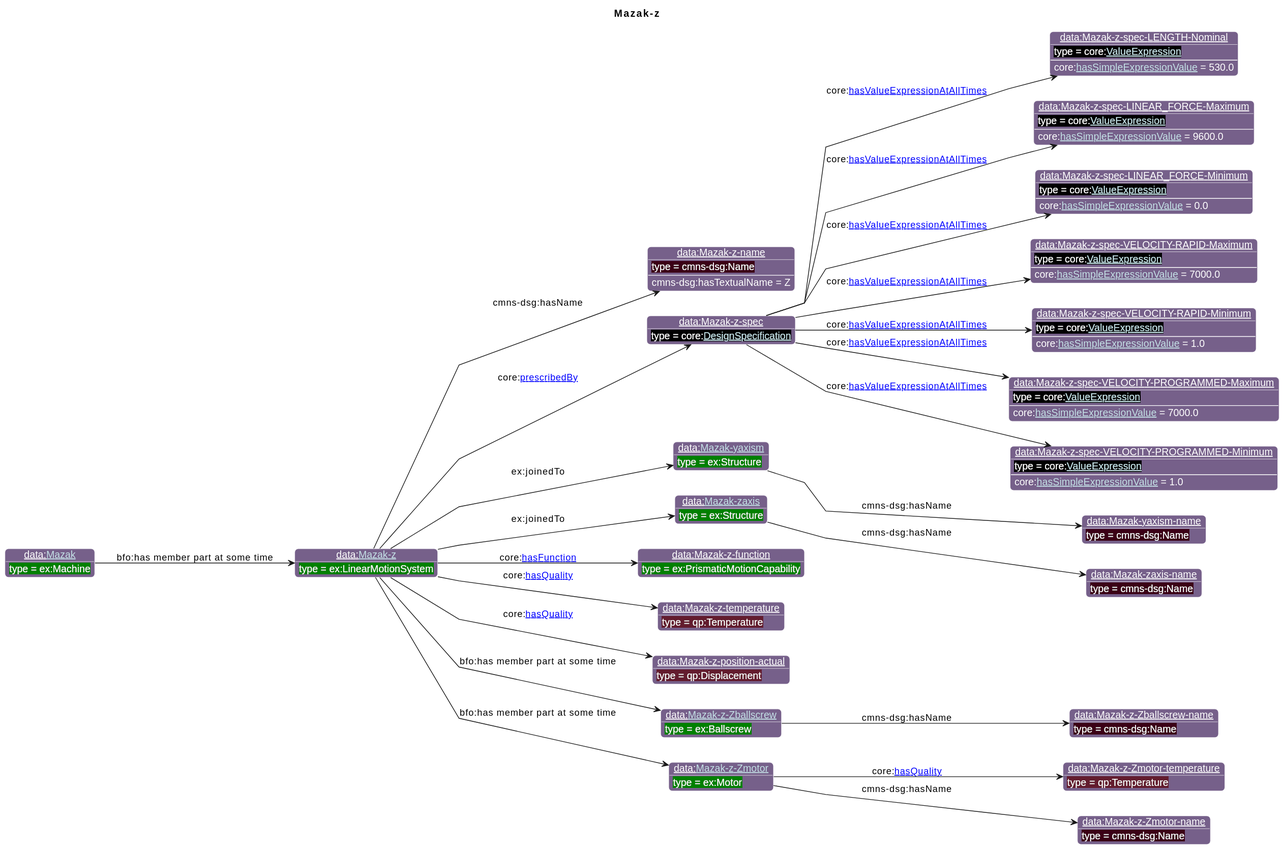
Earlier version of the PlantUML export diagrams/Mazak-z.svg (iofoundry/example-syseng-mtconnect).
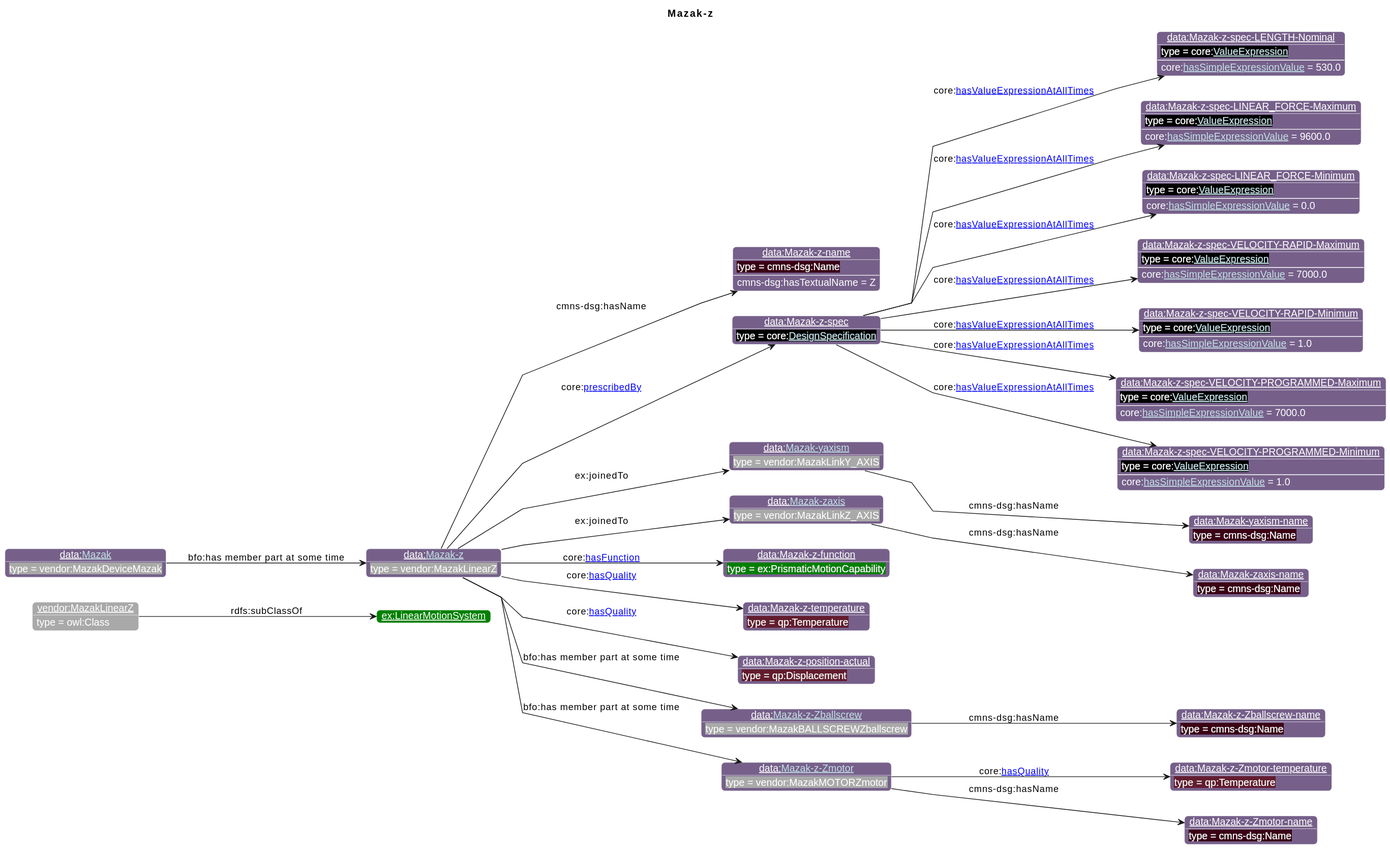
Above is the later version.

What changed in the source:
```diff
@@ -19,57 +19,60 @@
                       "ns1":"76608A",
 "ex":"Green","data":"76608A","core":"000000","units":"8A2D3B","qp":"641B2E","cmns-dsg":"3A0519"
 }
-individual(o1, data:[[./Mazak-z.html Mazak-z]], ex:LinearMotionSystem)
-individual(o2, data:Mazak-z-name, cmns-dsg:Name)
-individual(o3, data:Mazak-z-spec, core:[[https://spec.industrialontologies.org/ontology/core/Core/DesignSpecification DesignSpecification]])
-individual(o4, data:Mazak-z-spec-LENGTH-Nominal, core:[[https://spec.industrialontologies.org/ontology/core/Core/ValueExpression ValueExpression]])
-individual(o5, data:Mazak-z-spec-LINEAR_FORCE-Maximum, core:[[https://spec.industrialontologies.org/ontology/core/Core/ValueExpression ValueExpression]])
-individual(o6, data:Mazak-z-spec-LINEAR_FORCE-Minimum, core:[[https://spec.industrialontologies.org/ontology/core/Core/ValueExpression ValueExpression]])
-individual(o7, data:Mazak-z-spec-VELOCITY-RAPID-Maximum, core:[[https://spec.industrialontologies.org/ontology/core/Core/ValueExpression ValueExpression]])
-individual(o8, data:Mazak-z-spec-VELOCITY-RAPID-Minimum, core:[[https://spec.industrialontologies.org/ontology/core/Core/ValueExpression ValueExpression]])
-individual(o9, data:Mazak-z-spec-VELOCITY-PROGRAMMED-Maximum, core:[[https://spec.industrialontologies.org/ontology/core/Core/ValueExpression ValueExpression]])
-individual(o10, data:Mazak-z-spec-VELOCITY-PROGRAMMED-Minimum, core:[[https://spec.industrialontologies.org/ontology/core/Core/ValueExpression ValueExpression]])
-individual(o11, data:[[./Mazak-yaxism.html Mazak-yaxism]], ex:Structure)
-individual(o12, data:Mazak-yaxism-name, cmns-dsg:Name)
-individual(o13, data:[[./Mazak-zaxis.html Mazak-zaxis]], ex:Structure)
-individual(o14, data:Mazak-zaxis-name, cmns-dsg:Name)
-individual(o15, data:Mazak-z-function, ex:PrismaticMotionCapability)
-individual(o16, data:Mazak-z-temperature, qp:Temperature)
-individual(o17, data:Mazak-z-position-actual, qp:Displacement)
-individual(o18, data:[[./Mazak-z-Zballscrew.html Mazak-z-Zballscrew]], ex:Ballscrew)
-individual(o19, data:Mazak-z-Zballscrew-name, cmns-dsg:Name)
-individual(o20, data:[[./Mazak-z-Zmotor.html Mazak-z-Zmotor]], ex:Motor)
-individual(o21, data:Mazak-z-Zmotor-temperature, qp:Temperature)
-individual(o22, data:Mazak-z-Zmotor-name, cmns-dsg:Name)
-individual(o23, data:[[./Mazak.html Mazak]], ex:Machine)
-property(o1, cmns-dsg:hasName, o2)
-data(o2, cmns-dsg:hasTextualName, Z)
-property(o1, core:[[https://spec.industrialontologies.org/ontology/core/Core/prescribedBy prescribedBy]], o3)
-property(o3, core:[[https://spec.industrialontologies.org/ontology/core/Core/hasValueExpressionAtAllTimes hasValueExpressionAtAllTimes]], o4)
-data(o4, core:[[https://spec.industrialontologies.org/ontology/core/Core/hasSimpleExpressionValue hasSimpleExpressionValue]], 530.0)
-property(o3, core:[[https://spec.industrialontologies.org/ontology/core/Core/hasValueExpressionAtAllTimes hasValueExpressionAtAllTimes]], o5)
-data(o5, core:[[https://spec.industrialontologies.org/ontology/core/Core/hasSimpleExpressionValue hasSimpleExpressionValue]], 9600.0)
-property(o3, core:[[https://spec.industrialontologies.org/ontology/core/Core/hasValueExpressionAtAllTimes hasValueExpressionAtAllTimes]], o6)
-data(o6, core:[[https://spec.industrialontologies.org/ontology/core/Core/hasSimpleExpressionValue hasSimpleExpressionValue]], 0.0)
-property(o3, core:[[https://spec.industrialontologies.org/ontology/core/Core/hasValueExpressionAtAllTimes hasValueExpressionAtAllTimes]], o7)
-data(o7, core:[[https://spec.industrialontologies.org/ontology/core/Core/hasSimpleExpressionValue hasSimpleExpressionValue]], 7000.0)
-property(o3, core:[[https://spec.industrialontologies.org/ontology/core/Core/hasValueExpressionAtAllTimes hasValueExpressionAtAllTimes]], o8)
-data(o8, core:[[https://spec.industrialontologies.org/ontology/core/Core/hasSimpleExpressionValue hasSimpleExpressionValue]], 1.0)
-property(o3, core:[[https://spec.industrialontologies.org/ontology/core/Core/hasValueExpressionAtAllTimes hasValueExpressionAtAllTimes]], o9)
+individual(o1, vendor:MazakLinearZ, owl:Class)
+individual(o2, ex:LinearMotionSystem)
+individual(o3, data:[[./Mazak-z.html Mazak-z]], vendor:MazakLinearZ)
+individual(o4, data:Mazak-z-name, cmns-dsg:Name)
+individual(o5, data:Mazak-z-spec, core:[[https://spec.industrialontologies.org/ontology/core/Core/DesignSpecification DesignSpecification]])
+individual(o6, data:Mazak-z-spec-LENGTH-Nominal, core:[[https://spec.industrialontologies.org/ontology/core/Core/ValueExpression ValueExpression]])
+individual(o7, data:Mazak-z-spec-LINEAR_FORCE-Maximum, core:[[https://spec.industrialontologies.org/ontology/core/Core/ValueExpression ValueExpression]])
+individual(o8, data:Mazak-z-spec-LINEAR_FORCE-Minimum, core:[[https://spec.industrialontologies.org/ontology/core/Core/ValueExpression ValueExpression]])
+individual(o9, data:Mazak-z-spec-VELOCITY-RAPID-Maximum, core:[[https://spec.industrialontologies.org/ontology/core/Core/ValueExpression ValueExpression]])
+individual(o10, data:Mazak-z-spec-VELOCITY-RAPID-Minimum, core:[[https://spec.industrialontologies.org/ontology/core/Core/ValueExpression ValueExpression]])
+individual(o11, data:Mazak-z-spec-VELOCITY-PROGRAMMED-Maximum, core:[[https://spec.industrialontologies.org/ontology/core/Core/ValueExpression ValueExpression]])
+individual(o12, data:Mazak-z-spec-VELOCITY-PROGRAMMED-Minimum, core:[[https://spec.industrialontologies.org/ontology/core/Core/ValueExpression ValueExpression]])
+individual(o13, data:[[./Mazak-yaxism.html Mazak-yaxism]], vendor:MazakLinkY_AXIS)
+individual(o14, data:Mazak-yaxism-name, cmns-dsg:Name)
+individual(o15, data:[[./Mazak-zaxis.html Mazak-zaxis]], vendor:MazakLinkZ_AXIS)
+individual(o16, data:Mazak-zaxis-name, cmns-dsg:Name)
+individual(o17, data:Mazak-z-function, ex:PrismaticMotionCapability)
+individual(o18, data:Mazak-z-temperature, qp:Temperature)
+individual(o19, data:Mazak-z-position-actual, qp:Displacement)
+individual(o20, data:[[./Mazak-z-Zballscrew.html Mazak-z-Zballscrew]], vendor:MazakBALLSCREWZballscrew)
+individual(o21, data:Mazak-z-Zballscrew-name, cmns-dsg:Name)
+individual(o22, data:[[./Mazak-z-Zmotor.html Mazak-z-Zmotor]], vendor:MazakMOTORZmotor)
+individual(o23, data:Mazak-z-Zmotor-temperature, qp:Temperature)
+individual(o24, data:Mazak-z-Zmotor-name, cmns-dsg:Name)
+individual(o25, data:[[./Mazak.html Mazak]], vendor:MazakDeviceMazak)
+property(o1, rdfs:subClassOf, o2)
+property(o3, cmns-dsg:hasName, o4)
+data(o4, cmns-dsg:hasTextualName, Z)
+property(o3, core:[[https://spec.industrialontologies.org/ontology/core/Core/prescribedBy prescribedBy]], o5)
+property(o5, core:[[https://spec.industrialontologies.org/ontology/core/Core/hasValueExpressionAtAllTimes hasValueExpressionAtAllTimes]], o6)
+data(o6, core:[[https://spec.industrialontologies.org/ontology/core/Core/hasSimpleExpressionValue hasSimpleExpressionValue]], 530.0)
+property(o5, core:[[https://spec.industrialontologies.org/ontology/core/Core/hasValueExpressionAtAllTimes hasValueExpressionAtAllTimes]], o7)
+data(o7, core:[[https://spec.industrialontologies.org/ontology/core/Core/hasSimpleExpressionValue hasSimpleExpressionValue]], 9600.0)
+property(o5, core:[[https://spec.industrialontologies.org/ontology/core/Core/hasValueExpressionAtAllTimes hasValueExpressionAtAllTimes]], o8)
+data(o8, core:[[https://spec.industrialontologies.org/ontology/core/Core/hasSimpleExpressionValue hasSimpleExpressionValue]], 0.0)
+property(o5, core:[[https://spec.industrialontologies.org/ontology/core/Core/hasValueExpressionAtAllTimes hasValueExpressionAtAllTimes]], o9)
 data(o9, core:[[https://spec.industrialontologies.org/ontology/core/Core/hasSimpleExpressionValue hasSimpleExpressionValue]], 7000.0)
-property(o3, core:[[https://spec.industrialontologies.org/ontology/core/Core/hasValueExpressionAtAllTimes hasValueExpressionAtAllTimes]], o10)
+property(o5, core:[[https://spec.industrialontologies.org/ontology/core/Core/hasValueExpressionAtAllTimes hasValueExpressionAtAllTimes]], o10)
 data(o10, core:[[https://spec.industrialontologies.org/ontology/core/Core/hasSimpleExpressionValue hasSimpleExpressionValue]], 1.0)
-property(o1, ex:joinedTo, o11)
-property(o11, cmns-dsg:hasName, o12)
-property(o1, ex:joinedTo, o13)
+property(o5, core:[[https://spec.industrialontologies.org/ontology/core/Core/hasValueExpressionAtAllTimes hasValueExpressionAtAllTimes]], o11)
+data(o11, core:[[https://spec.industrialontologies.org/ontology/core/Core/hasSimpleExpressionValue hasSimpleExpressionValue]], 7000.0)
+property(o5, core:[[https://spec.industrialontologies.org/ontology/core/Core/hasValueExpressionAtAllTimes hasValueExpressionAtAllTimes]], o12)
+data(o12, core:[[https://spec.industrialontologies.org/ontology/core/Core/hasSimpleExpressionValue hasSimpleExpressionValue]], 1.0)
+property(o3, ex:joinedTo, o13)
 property(o13, cmns-dsg:hasName, o14)
-property(o1, core:[[https://spec.industrialontologies.org/ontology/core/Core/hasFunction hasFunction]], o15)
-property(o1, core:[[https://spec.industrialontologies.org/ontology/core/Core/hasQuality hasQuality]], o16)
-property(o1, core:[[https://spec.industrialontologies.org/ontology/core/Core/hasQuality hasQuality]], o17)
-property(o1, "bfo:has member part at some time", o18)
-property(o18, cmns-dsg:hasName, o19)
-property(o1, "bfo:has member part at some time", o20)
-property(o20, core:[[https://spec.industrialontologies.org/ontology/core/Core/hasQuality hasQuality]], o21)
-property(o20, cmns-dsg:hasName, o22)
-property(o23, "bfo:has member part at some time", o1)
+property(o3, ex:joinedTo, o15)
+property(o15, cmns-dsg:hasName, o16)
+property(o3, core:[[https://spec.industrialontologies.org/ontology/core/Core/hasFunction hasFunction]], o17)
+property(o3, core:[[https://spec.industrialontologies.org/ontology/core/Core/hasQuality hasQuality]], o18)
+property(o3, core:[[https://spec.industrialontologies.org/ontology/core/Core/hasQuality hasQuality]], o19)
+property(o3, "bfo:has member part at some time", o20)
+property(o20, cmns-dsg:hasName, o21)
+property(o3, "bfo:has member part at some time", o22)
+property(o22, core:[[https://spec.industrialontologies.org/ontology/core/Core/hasQuality hasQuality]], o23)
+property(o22, cmns-dsg:hasName, o24)
+property(o25, "bfo:has member part at some time", o3)
 @enduml
```
